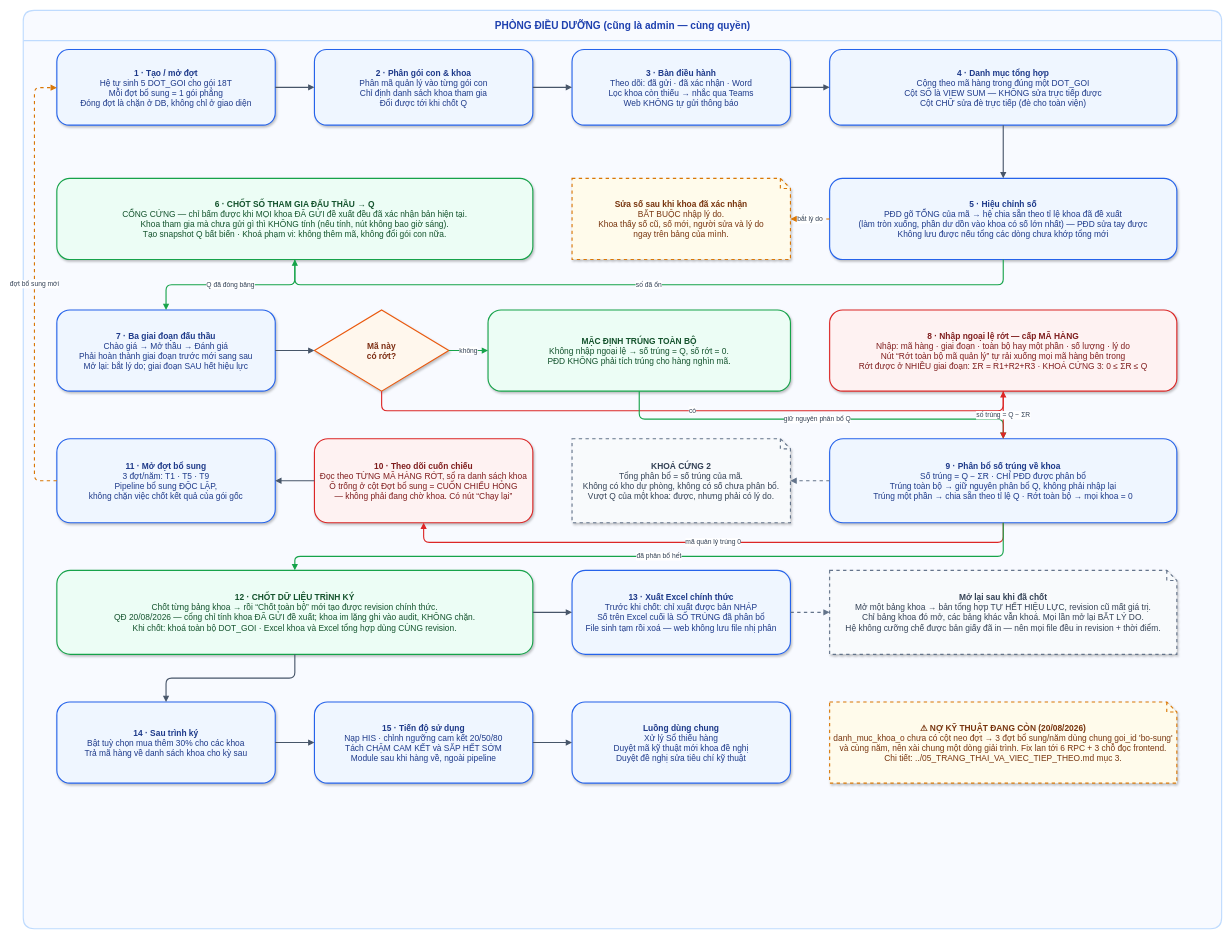
Earlier version of the draw.io diagram page "03 Workflow PĐD chi tiết" (3 of 4) of Hướng dẫn build project/so-do-workflow/workflow-khoa-pdd.drawio (tranthanhan1626-boop/vtyt-umc). Source tidied: cells renumbered, new cells numbered last; positions are measured from the earlier drawing's top-left corner, leaving out a move shared by most shapes. Both pictures are drawn from the tidied source at 56%, with x=0, y=0 at pixel (23, 10).
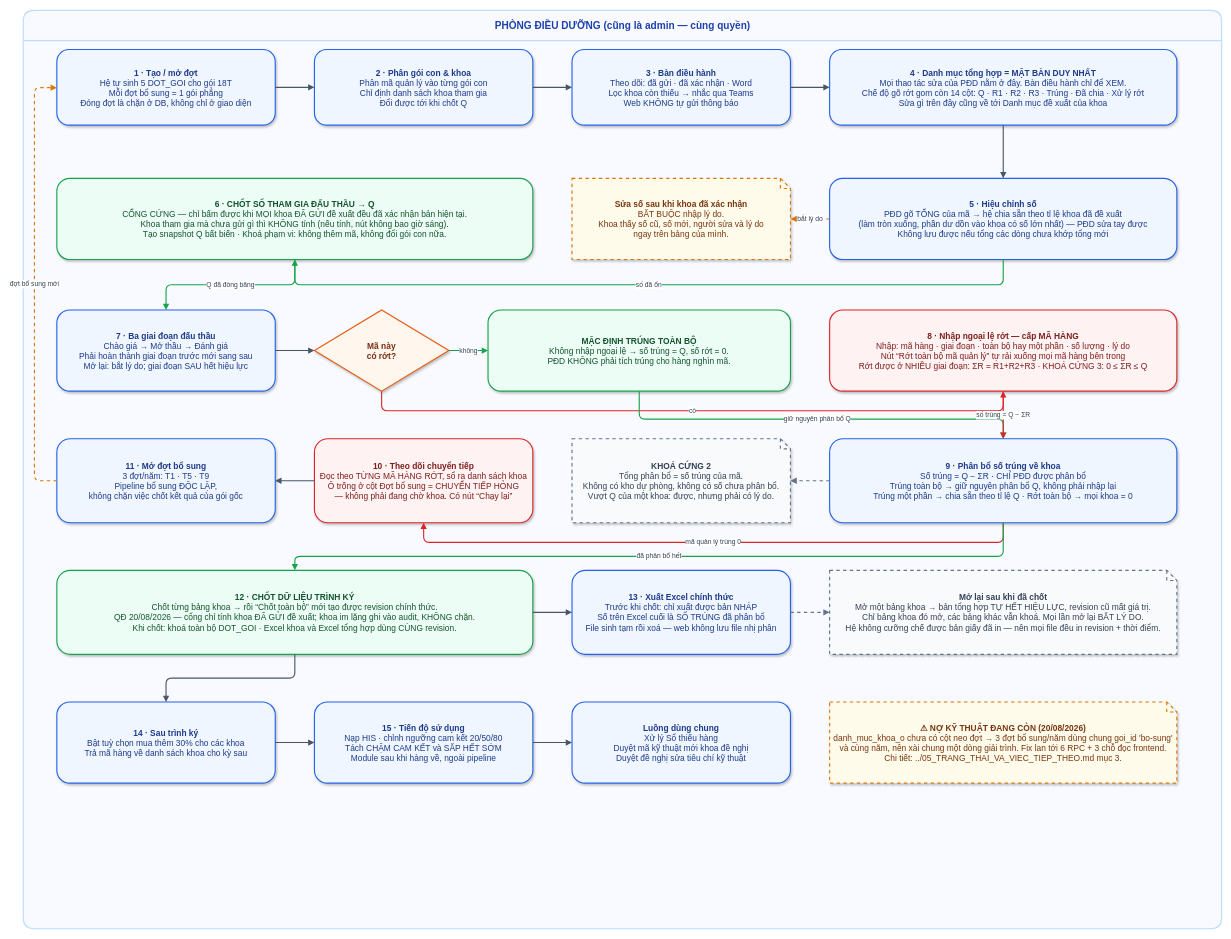
The same diagram, later.

What changed in the source:
```diff
@@
-    <mxCell id="6" value="&lt;b&gt;4 · Danh mục tổng hợp&lt;/b&gt;&lt;br&gt;Cộng theo mã hàng trong đúng một DOT_GOI&lt;br&gt;Cột SỐ là VIEW SUM — KHÔNG sửa trực tiếp được&lt;br&gt;Cột CHỮ sửa đè trực tiếp (đè cho toàn viện)" style="rounded=1;arcSize=16;whiteSpace=wrap;html=1;align=center;verticalAlign=middle;fontSize=15;fontColor=#1E3A8A;fillColor=#EFF6FF;strokeColor=#2563EB;strokeWidth=2;shadow=1;spacing=8;" parent="1" vertex="1">
+    <mxCell id="6" value="&lt;b&gt;4 · Danh mục tổng hợp = MẶT BÀN DUY NHẤT&lt;/b&gt;&lt;br&gt;Mọi thao tác sửa của PĐD nằm ở đây. Bàn điều hành chỉ để XEM.&lt;br&gt;Chế độ gõ rớt gom còn 14 cột: Q · R1 · R2 · R3 · Trúng · Đã chia · Xử lý rớt&lt;br&gt;Sửa gì trên đây cũng về tới Danh mục đề xuất của khoa" style="rounded=1;arcSize=16;whiteSpace=wrap;html=1;align=center;verticalAlign=middle;fontSize=15;fontColor=#1E3A8A;fillColor=#EFF6FF;strokeColor=#2563EB;strokeWidth=2;shadow=1;spacing=8;" parent="1" vertex="1">
       <mxGeometry x="1440" y="70" width="620" height="135" as="geometry" />
     </mxCell>
@@
-    <mxCell id="16" value="&lt;b&gt;10 · Theo dõi cuốn chiếu&lt;/b&gt;&lt;br&gt;Đọc theo TỪNG MÃ HÀNG RỚT, sổ ra danh sách khoa&lt;br&gt;Ô trống ở cột Đợt bổ sung = CUỐN CHIẾU HỎNG&lt;br&gt;— không phải đang chờ khoa. Có nút “Chạy lại”" style="rounded=1;arcSize=16;whiteSpace=wrap;html=1;align=center;verticalAlign=middle;fontSize=15;fontColor=#7F1D1D;fillColor=#FEF2F2;strokeColor=#DC2626;strokeWidth=2;shadow=1;spacing=8;" parent="1" vertex="1">
+    <mxCell id="16" value="&lt;b&gt;10 · Theo dõi chuyển tiếp&lt;/b&gt;&lt;br&gt;Đọc theo TỪNG MÃ HÀNG RỚT, sổ ra danh sách khoa&lt;br&gt;Ô trống ở cột Đợt bổ sung = CHUYỂN TIẾP HỎNG&lt;br&gt;— không phải đang chờ khoa. Có nút “Chạy lại”" style="rounded=1;arcSize=16;whiteSpace=wrap;html=1;align=center;verticalAlign=middle;fontSize=15;fontColor=#7F1D1D;fillColor=#FEF2F2;strokeColor=#DC2626;strokeWidth=2;shadow=1;spacing=8;" parent="1" vertex="1">
       <mxGeometry x="520" y="765" width="390" height="150" as="geometry" />
     </mxCell>
```
